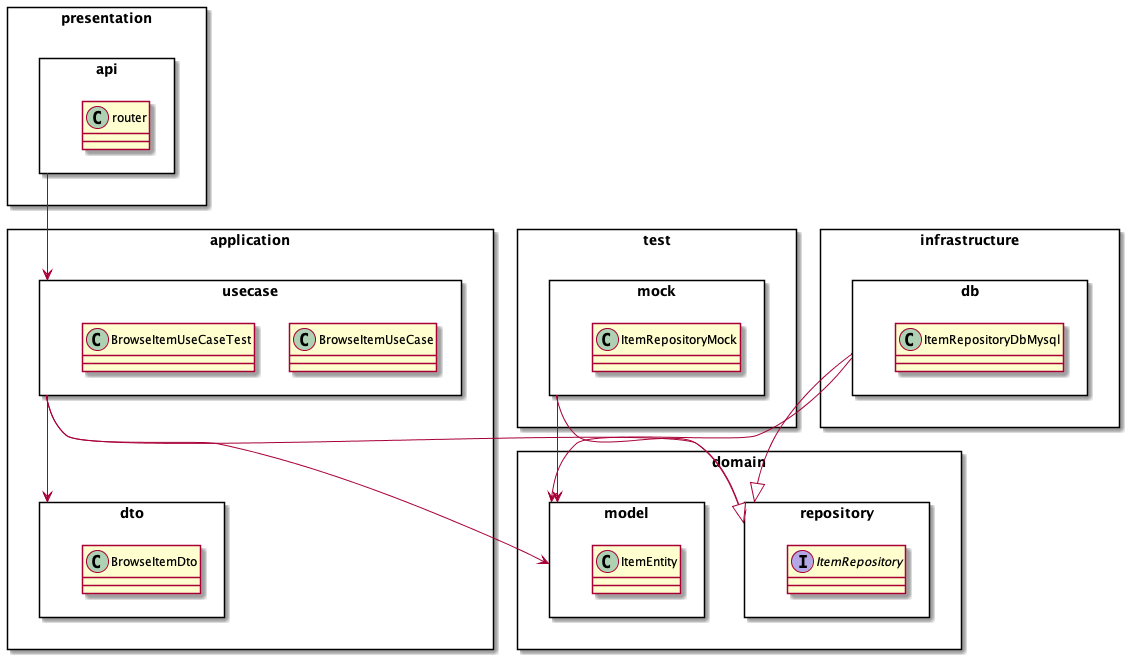
This is docs/class/class.png from kenta4327/example-of-ec-site, a PlantUML export, as it was before one commit.
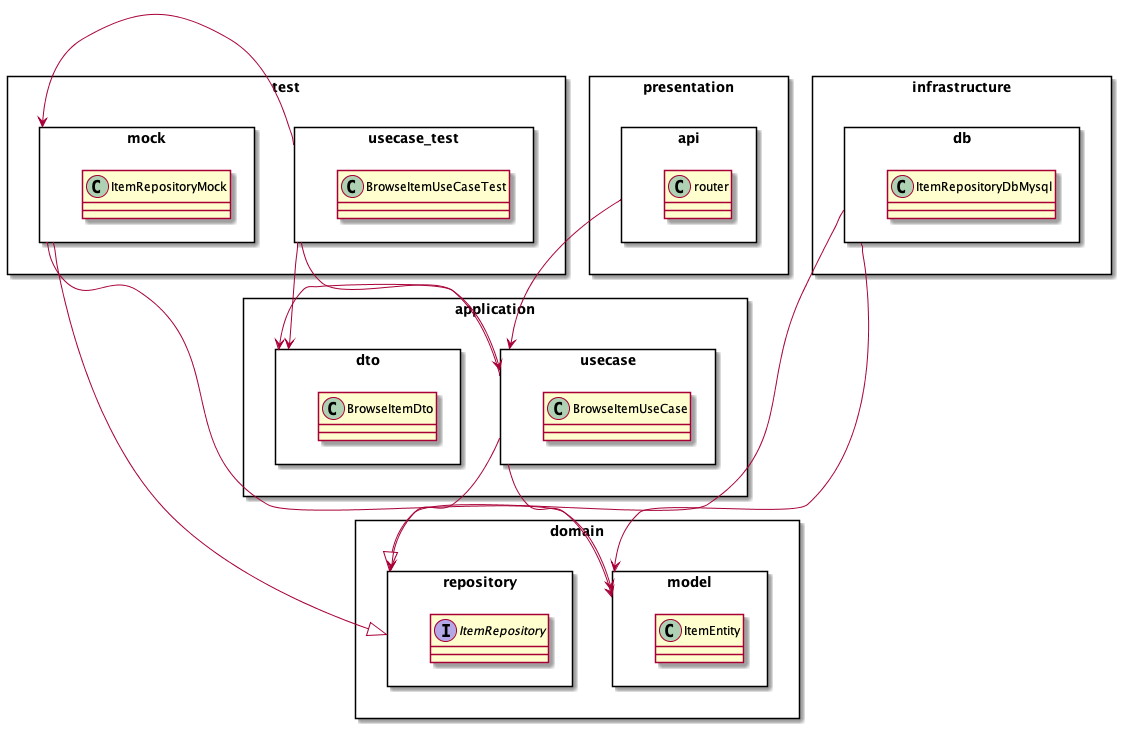
The same diagram one commit later.

Commit message:
クラス図修正

Diff of the diagram source:
```diff
@@ -7,6 +7,9 @@
 }
 
 package test <<Rectangle>> {
+    package usecase_test <<Rectangle>> {
+        class BrowseItemUseCaseTest
+    }
     package mock <<Rectangle>> {
         class ItemRepositoryMock
     }
@@ -21,7 +24,6 @@
 package application <<Rectangle>> {
     package usecase <<Rectangle>> {
         class BrowseItemUseCase
-        class BrowseItemUseCaseTest
     }
     package dto <<Rectangle>> {
         class BrowseItemDto
@@ -39,12 +41,16 @@
 }
 
 api --> usecase
+db ---|> repository
+db ---> model
+usecase -> dto
 usecase --> repository
 usecase --> model
-usecase --> dto
-db --|> repository
-db --> model
-mock --|> repository
-mock --> model
+
+usecase_test -> mock
+usecase_test --> usecase
+usecase_test --> dto
+mock ---|> repository
+mock ---> model
 
 @enduml
```
